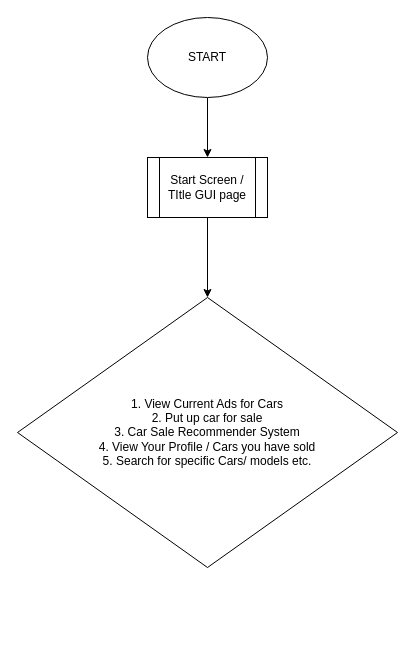
Before: AutoOracleBluePrints.drawio in MelonBun8/Auto-Oracle, a draw.io diagram. Source tidied: cells renumbered, new cells numbered last; positions are measured from the earlier drawing's top-left corner, leaving out a move shared by most shapes. Both pictures are drawn from the tidied source at 100%, with x=0, y=0 at pixel (17, 17).
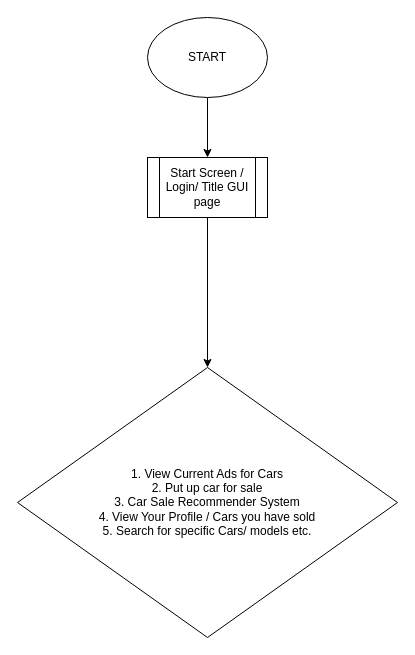
Above is the later version.

Diff of the diagram source:
```diff
@@
 <mxGraphModel>
   <root>
     <mxCell id="0" />
     <mxCell id="1" parent="0" />
     <mxCell id="2" style="edgeStyle=orthogonalEdgeStyle;rounded=0;jettySize=auto;html=1;" parent="1" edge="1" source="3" target="5">
       <mxGeometry relative="1" as="geometry" />
     </mxCell>
     <mxCell id="3" value="START" style="ellipse;whiteSpace=wrap;html=1;" parent="1" vertex="1">
       <mxGeometry x="130" width="120" height="80" as="geometry" />
     </mxCell>
     <mxCell id="4" style="edgeStyle=orthogonalEdgeStyle;rounded=0;jettySize=auto;html=1;" parent="1" edge="1" source="5" target="6">
       <mxGeometry relative="1" as="geometry" />
     </mxCell>
-    <mxCell id="5" value="Start Screen / TItle GUI page" style="shape=process;whiteSpace=wrap;html=1;backgroundOutline=1;fillColor=#FFFFFF;" parent="1" vertex="1">
+    <mxCell id="5" value="Start Screen / Login/ Title GUI page" style="shape=process;whiteSpace=wrap;html=1;backgroundOutline=1;fillColor=#FFFFFF;" parent="1" vertex="1">
       <mxGeometry x="130" y="140" width="120" height="60" as="geometry" />
     </mxCell>
     <mxCell id="6" value="1. View Current Ads for Cars&lt;br&gt;2. Put up car for sale&lt;br&gt;3. Car Sale Recommender System&lt;br&gt;4. View Your Profile / Cars you have sold&lt;br&gt;5. Search for specific Cars/ models etc." style="rhombus;whiteSpace=wrap;html=1;fillColor=#FFFFFF;" parent="1" vertex="1">
-      <mxGeometry y="280" width="380" height="270" as="geometry" />
+      <mxGeometry y="350" width="380" height="270" as="geometry" />
     </mxCell>
   </root>
 </mxGraphModel>
```
